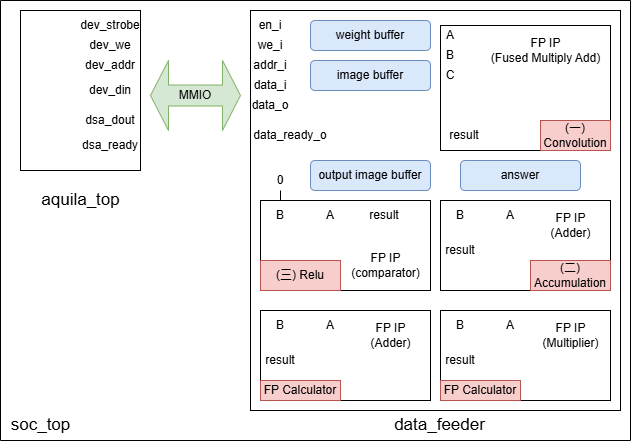
Earlier version of the draw.io export diagram.png (David810209/dsa). Source tidied: cells renumbered, new cells last; positions are measured from the earlier drawing's top-left corner, leaving out a move shared by most shapes.
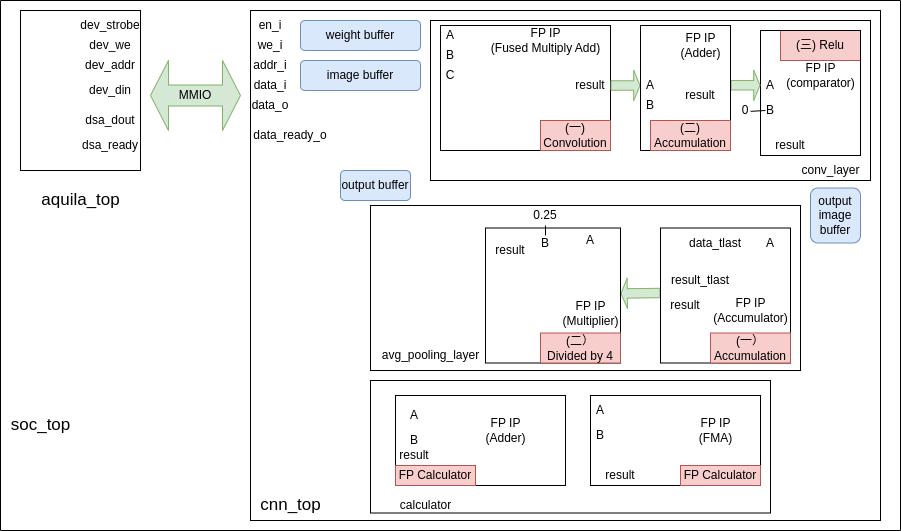
After the commit.

Diff of the diagram source:
```diff
@@ -3,7 +3,7 @@
     <mxCell id="0" />
     <mxCell id="1" parent="0" />
     <mxCell id="2" style="rounded=0;whiteSpace=wrap;html=1;" parent="1" vertex="1">
-      <mxGeometry x="250" y="10" width="370" height="400" as="geometry" />
+      <mxGeometry x="250" y="10" width="630" height="510" as="geometry" />
     </mxCell>
     <mxCell id="3" style="rounded=0;whiteSpace=wrap;html=1;" parent="1" vertex="1">
       <mxGeometry x="20" y="10" width="120" height="160" as="geometry" />
@@ -42,10 +42,10 @@
       <mxGeometry x="440" y="25" width="170" height="125" as="geometry" />
     </mxCell>
     <mxCell id="15" style="swimlane;startSize=0;" parent="1" vertex="1">
-      <mxGeometry width="630" height="440" as="geometry" />
+      <mxGeometry width="900" height="530" as="geometry" />
     </mxCell>
-    <mxCell id="16" value="&lt;font style=&quot;font-size: 17px;&quot;&gt;data_feeder&lt;/font&gt;" style="text;html=1;align=center;verticalAlign=middle;strokeColor=none;fillColor=none;" parent="15" vertex="1">
-      <mxGeometry x="384" y="410" width="110" height="30" as="geometry" />
+    <mxCell id="16" value="&lt;font style=&quot;font-size: 17px;&quot;&gt;cnn_top&lt;/font&gt;" style="text;html=1;align=center;verticalAlign=middle;strokeColor=none;fillColor=none;" parent="15" vertex="1">
+      <mxGeometry x="250" y="490" width="80" height="30" as="geometry" />
     </mxCell>
     <mxCell id="17" value="we_i" style="text;html=1;align=center;verticalAlign=middle;whiteSpace=wrap;rounded=0;" parent="15" vertex="1">
       <mxGeometry x="240" y="30" width="60" height="30" as="geometry" />
@@ -57,49 +57,40 @@
       <mxGeometry x="150" y="60" width="90" height="70" as="geometry" />
     </mxCell>
     <mxCell id="20" value="&lt;font&gt;FP IP&lt;/font&gt;&lt;div&gt;&lt;font&gt;(Fused Multiply Add)&lt;/font&gt;&lt;/div&gt;" style="text;html=1;align=center;verticalAlign=middle;strokeColor=none;fillColor=none;" parent="15" vertex="1">
-      <mxGeometry x="480" y="30" width="130" height="40" as="geometry" />
+      <mxGeometry x="480" y="20" width="130" height="40" as="geometry" />
     </mxCell>
     <mxCell id="21" value="A" style="text;html=1;align=center;verticalAlign=middle;whiteSpace=wrap;rounded=0;" parent="15" vertex="1">
       <mxGeometry x="420" y="20" width="60" height="30" as="geometry" />
     </mxCell>
     <mxCell id="22" value="result" style="text;html=1;align=center;verticalAlign=middle;whiteSpace=wrap;rounded=0;" parent="15" vertex="1">
-      <mxGeometry x="434" y="120" width="60" height="30" as="geometry" />
+      <mxGeometry x="570" y="70" width="40" height="30" as="geometry" />
     </mxCell>
     <mxCell id="23" value="weight buffer" style="rounded=1;whiteSpace=wrap;html=1;fillColor=#dae8fc;strokeColor=#6c8ebf;" parent="15" vertex="1">
-      <mxGeometry x="310" y="20" width="120" height="30" as="geometry" />
+      <mxGeometry x="300" y="20" width="120" height="30" as="geometry" />
     </mxCell>
-    <mxCell id="24" value="answer" style="rounded=1;whiteSpace=wrap;html=1;fillColor=#dae8fc;strokeColor=#6c8ebf;" parent="15" vertex="1">
-      <mxGeometry x="460" y="160" width="120" height="30" as="geometry" />
-    </mxCell>
     <mxCell id="25" value="B" style="text;html=1;align=center;verticalAlign=middle;whiteSpace=wrap;rounded=0;" parent="15" vertex="1">
       <mxGeometry x="420" y="40" width="60" height="30" as="geometry" />
     </mxCell>
-    <mxCell id="26" style="rounded=0;whiteSpace=wrap;html=1;" parent="15" vertex="1">
-      <mxGeometry x="260" y="200" width="170" height="90" as="geometry" />
-    </mxCell>
     <mxCell id="27" value="&lt;font&gt;FP IP&lt;/font&gt;&lt;div&gt;&lt;font&gt;(comparator)&lt;/font&gt;&lt;/div&gt;" style="text;html=1;align=center;verticalAlign=middle;strokeColor=none;fillColor=none;" parent="15" vertex="1">
-      <mxGeometry x="340" y="245" width="90" height="40" as="geometry" />
+      <mxGeometry x="775" y="55" width="90" height="40" as="geometry" />
     </mxCell>
     <mxCell id="28" value="A" style="text;html=1;align=center;verticalAlign=middle;whiteSpace=wrap;rounded=0;" parent="15" vertex="1">
-      <mxGeometry x="300" y="200" width="60" height="30" as="geometry" />
+      <mxGeometry x="760" y="70" width="20" height="30" as="geometry" />
     </mxCell>
     <mxCell id="29" value="B" style="text;html=1;align=center;verticalAlign=middle;whiteSpace=wrap;rounded=0;" parent="15" vertex="1">
-      <mxGeometry x="250" y="200" width="60" height="30" as="geometry" />
+      <mxGeometry x="765" y="105" width="10" height="10" as="geometry" />
     </mxCell>
     <mxCell id="30" value="result" style="text;html=1;align=center;verticalAlign=middle;whiteSpace=wrap;rounded=0;" parent="15" vertex="1">
-      <mxGeometry x="354" y="200" width="60" height="30" as="geometry" />
+      <mxGeometry x="760" y="130" width="60" height="30" as="geometry" />
     </mxCell>
     <mxCell id="31" value="0" style="text;html=1;align=center;verticalAlign=middle;whiteSpace=wrap;rounded=0;" parent="15" vertex="1">
-      <mxGeometry x="275" y="170" width="10" height="20" as="geometry" />
+      <mxGeometry x="740" y="100" width="10" height="20" as="geometry" />
     </mxCell>
-    <mxCell id="32" style="endArrow=none;html=1;rounded=0;exitX=0.5;exitY=0;exitDx=0;exitDy=0;entryX=0.5;entryY=1;entryDx=0;entryDy=0;" parent="15" edge="1" source="29" target="31">
-      <mxGeometry relative="1" as="geometry" />
-    </mxCell>
     <mxCell id="33" value="output image buffer" style="rounded=1;whiteSpace=wrap;html=1;fillColor=#dae8fc;strokeColor=#6c8ebf;" parent="15" vertex="1">
-      <mxGeometry x="310" y="160" width="120" height="30" as="geometry" />
+      <mxGeometry x="810" y="187.5" width="50" height="55" as="geometry" />
     </mxCell>
     <mxCell id="34" value="(三&lt;span style=&quot;background-color: initial;&quot;&gt;) Relu&lt;/span&gt;" style="text;html=1;align=center;verticalAlign=middle;whiteSpace=wrap;rounded=0;fillColor=#f8cecc;strokeColor=#b85450;" parent="15" vertex="1">
-      <mxGeometry x="260" y="260" width="80" height="30" as="geometry" />
+      <mxGeometry x="780" y="30" width="80" height="30" as="geometry" />
     </mxCell>
     <mxCell id="35" value="data_ready_o" style="text;html=1;align=center;verticalAlign=middle;whiteSpace=wrap;rounded=0;" parent="15" vertex="1">
       <mxGeometry x="260" y="120" width="60" height="30" as="geometry" />
@@ -110,65 +101,154 @@
     <mxCell id="37" value="C" style="text;html=1;align=center;verticalAlign=middle;whiteSpace=wrap;rounded=0;" parent="15" vertex="1">
       <mxGeometry x="420" y="60" width="60" height="30" as="geometry" />
     </mxCell>
+    <mxCell id="58" style="shape=flexArrow;endArrow=classic;html=1;rounded=0;width=9.444444444444445;endSize=1.7694444444444444;fillColor=#d5e8d4;strokeColor=#82b366;" parent="15" edge="1" source="22">
+      <mxGeometry relative="1" as="geometry">
+        <mxPoint x="640" y="85" as="targetPoint" />
+      </mxGeometry>
+    </mxCell>
+    <mxCell id="59" style="rounded=0;whiteSpace=wrap;html=1;fillColor=none;" parent="15" vertex="1">
+      <mxGeometry x="760" y="30" width="100" height="125" as="geometry" />
+    </mxCell>
+    <mxCell id="60" style="shape=flexArrow;endArrow=classic;html=1;rounded=0;width=9.444444444444445;endSize=1.7694444444444444;fillColor=#d5e8d4;strokeColor=#82b366;" parent="15" edge="1">
+      <mxGeometry relative="1" as="geometry">
+        <mxPoint x="730" y="84.8" as="sourcePoint" />
+        <mxPoint x="760" y="84.8" as="targetPoint" />
+      </mxGeometry>
+    </mxCell>
+    <mxCell id="61" style="endArrow=none;html=1;rounded=0;exitX=1.015;exitY=0.542;exitDx=0;exitDy=0;exitPerimeter=0;entryX=0;entryY=0.5;entryDx=0;entryDy=0;" parent="15" edge="1" source="31" target="29">
+      <mxGeometry relative="1" as="geometry" />
+    </mxCell>
+    <mxCell id="62" style="rounded=0;whiteSpace=wrap;html=1;fillColor=none;" parent="15" vertex="1">
+      <mxGeometry x="430" y="20" width="440" height="160" as="geometry" />
+    </mxCell>
+    <mxCell id="63" value="conv_layer" style="text;html=1;align=center;verticalAlign=middle;strokeColor=none;fillColor=none;" parent="15" vertex="1">
+      <mxGeometry x="790" y="155" width="80" height="30" as="geometry" />
+    </mxCell>
+    <mxCell id="64" value="0.25" style="text;html=1;align=center;verticalAlign=middle;whiteSpace=wrap;rounded=0;" parent="15" vertex="1">
+      <mxGeometry x="530" y="205" width="30" height="20" as="geometry" />
+    </mxCell>
+    <mxCell id="65" style="shape=flexArrow;endArrow=classic;html=1;rounded=0;width=9.444444444444445;endSize=1.7694444444444444;fillColor=#d5e8d4;strokeColor=#82b366;exitX=0;exitY=0.5;exitDx=0;exitDy=0;" parent="15" edge="1">
+      <mxGeometry relative="1" as="geometry">
+        <mxPoint x="660" y="292.5" as="sourcePoint" />
+        <mxPoint x="620" y="293" as="targetPoint" />
+      </mxGeometry>
+    </mxCell>
+    <mxCell id="66" style="rounded=0;whiteSpace=wrap;html=1;fillColor=none;" parent="15" vertex="1">
+      <mxGeometry x="370" y="380" width="400" height="132.5" as="geometry" />
+    </mxCell>
     <mxCell id="38" value="image buffer" style="rounded=1;whiteSpace=wrap;html=1;fillColor=#dae8fc;strokeColor=#6c8ebf;" parent="1" vertex="1">
-      <mxGeometry x="310" y="60" width="120" height="30" as="geometry" />
+      <mxGeometry x="300" y="60" width="120" height="30" as="geometry" />
     </mxCell>
     <mxCell id="39" style="rounded=0;whiteSpace=wrap;html=1;" parent="1" vertex="1">
-      <mxGeometry x="440" y="200" width="170" height="90" as="geometry" />
+      <mxGeometry x="640" y="25" width="90" height="125" as="geometry" />
     </mxCell>
     <mxCell id="40" value="&lt;font&gt;FP IP&lt;/font&gt;&lt;div&gt;&lt;font&gt;(Adder)&lt;/font&gt;&lt;/div&gt;" style="text;html=1;align=center;verticalAlign=middle;strokeColor=none;fillColor=none;" parent="1" vertex="1">
-      <mxGeometry x="540" y="205" width="60" height="40" as="geometry" />
+      <mxGeometry x="670" y="25" width="60" height="40" as="geometry" />
     </mxCell>
     <mxCell id="41" value="A" style="text;html=1;align=center;verticalAlign=middle;whiteSpace=wrap;rounded=0;" parent="1" vertex="1">
-      <mxGeometry x="480" y="200" width="60" height="30" as="geometry" />
+      <mxGeometry x="640" y="70" width="20" height="30" as="geometry" />
     </mxCell>
     <mxCell id="42" value="B" style="text;html=1;align=center;verticalAlign=middle;whiteSpace=wrap;rounded=0;" parent="1" vertex="1">
-      <mxGeometry x="430" y="200" width="60" height="30" as="geometry" />
+      <mxGeometry x="640" y="90" width="20" height="30" as="geometry" />
     </mxCell>
     <mxCell id="43" value="result" style="text;html=1;align=center;verticalAlign=middle;whiteSpace=wrap;rounded=0;" parent="1" vertex="1">
-      <mxGeometry x="430" y="235" width="60" height="30" as="geometry" />
+      <mxGeometry x="685" y="80" width="30" height="30" as="geometry" />
     </mxCell>
     <mxCell id="44" value="(一) Convolution" style="text;html=1;align=center;verticalAlign=middle;whiteSpace=wrap;rounded=0;fillColor=#f8cecc;strokeColor=#b85450;" parent="1" vertex="1">
       <mxGeometry x="540" y="120" width="70" height="30" as="geometry" />
     </mxCell>
     <mxCell id="45" value="(二) Accumulation" style="text;html=1;align=center;verticalAlign=middle;whiteSpace=wrap;rounded=0;fillColor=#f8cecc;strokeColor=#b85450;" parent="1" vertex="1">
-      <mxGeometry x="530" y="260" width="80" height="30" as="geometry" />
+      <mxGeometry x="650" y="120" width="80" height="30" as="geometry" />
     </mxCell>
     <mxCell id="46" style="rounded=0;whiteSpace=wrap;html=1;" parent="1" vertex="1">
-      <mxGeometry x="260" y="310" width="170" height="90" as="geometry" />
+      <mxGeometry x="395" y="395" width="170" height="90" as="geometry" />
     </mxCell>
     <mxCell id="47" value="&lt;font&gt;FP IP&lt;/font&gt;&lt;div&gt;&lt;font&gt;(Adder)&lt;/font&gt;&lt;/div&gt;" style="text;html=1;align=center;verticalAlign=middle;strokeColor=none;fillColor=none;" parent="1" vertex="1">
-      <mxGeometry x="360" y="315" width="60" height="40" as="geometry" />
+      <mxGeometry x="475" y="410" width="60" height="40" as="geometry" />
     </mxCell>
     <mxCell id="48" value="A" style="text;html=1;align=center;verticalAlign=middle;whiteSpace=wrap;rounded=0;" parent="1" vertex="1">
-      <mxGeometry x="300" y="310" width="60" height="30" as="geometry" />
+      <mxGeometry x="384" y="400" width="60" height="30" as="geometry" />
     </mxCell>
     <mxCell id="49" value="B" style="text;html=1;align=center;verticalAlign=middle;whiteSpace=wrap;rounded=0;" parent="1" vertex="1">
-      <mxGeometry x="250" y="310" width="60" height="30" as="geometry" />
+      <mxGeometry x="384" y="425" width="60" height="30" as="geometry" />
     </mxCell>
     <mxCell id="50" value="result" style="text;html=1;align=center;verticalAlign=middle;whiteSpace=wrap;rounded=0;" parent="1" vertex="1">
-      <mxGeometry x="250" y="345" width="60" height="30" as="geometry" />
+      <mxGeometry x="384" y="440" width="60" height="30" as="geometry" />
     </mxCell>
     <mxCell id="51" value="FP Calculator" style="text;html=1;align=center;verticalAlign=middle;whiteSpace=wrap;rounded=0;fillColor=#f8cecc;strokeColor=#b85450;" parent="1" vertex="1">
-      <mxGeometry x="260" y="380" width="80" height="20" as="geometry" />
+      <mxGeometry x="395" y="465" width="80" height="20" as="geometry" />
     </mxCell>
     <mxCell id="52" style="rounded=0;whiteSpace=wrap;html=1;" parent="1" vertex="1">
-      <mxGeometry x="440" y="310" width="170" height="90" as="geometry" />
+      <mxGeometry x="590" y="395" width="170" height="90" as="geometry" />
     </mxCell>
-    <mxCell id="53" value="&lt;font&gt;FP IP&lt;/font&gt;&lt;div&gt;&lt;font&gt;(Multiplier)&lt;/font&gt;&lt;/div&gt;" style="text;html=1;align=center;verticalAlign=middle;strokeColor=none;fillColor=none;" parent="1" vertex="1">
-      <mxGeometry x="530" y="315" width="80" height="40" as="geometry" />
+    <mxCell id="53" value="&lt;font&gt;FP IP&lt;/font&gt;&lt;div&gt;&lt;font&gt;(FMA)&lt;/font&gt;&lt;/div&gt;" style="text;html=1;align=center;verticalAlign=middle;strokeColor=none;fillColor=none;" parent="1" vertex="1">
+      <mxGeometry x="685" y="410" width="60" height="40" as="geometry" />
     </mxCell>
     <mxCell id="54" value="A" style="text;html=1;align=center;verticalAlign=middle;whiteSpace=wrap;rounded=0;" parent="1" vertex="1">
-      <mxGeometry x="480" y="310" width="60" height="30" as="geometry" />
+      <mxGeometry x="590" y="395" width="20" height="30" as="geometry" />
     </mxCell>
     <mxCell id="55" value="B" style="text;html=1;align=center;verticalAlign=middle;whiteSpace=wrap;rounded=0;" parent="1" vertex="1">
-      <mxGeometry x="430" y="310" width="60" height="30" as="geometry" />
+      <mxGeometry x="595" y="420" width="10" height="30" as="geometry" />
     </mxCell>
     <mxCell id="56" value="result" style="text;html=1;align=center;verticalAlign=middle;whiteSpace=wrap;rounded=0;" parent="1" vertex="1">
-      <mxGeometry x="430" y="345" width="60" height="30" as="geometry" />
+      <mxGeometry x="590" y="460" width="60" height="30" as="geometry" />
     </mxCell>
     <mxCell id="57" value="FP Calculator" style="text;html=1;align=center;verticalAlign=middle;whiteSpace=wrap;rounded=0;fillColor=#f8cecc;strokeColor=#b85450;" parent="1" vertex="1">
-      <mxGeometry x="440" y="380" width="80" height="20" as="geometry" />
+      <mxGeometry x="680" y="465" width="80" height="20" as="geometry" />
     </mxCell>
+    <mxCell id="67" style="rounded=0;whiteSpace=wrap;html=1;fillColor=none;" parent="1" vertex="1">
+      <mxGeometry x="660" y="227.5" width="130" height="135" as="geometry" />
+    </mxCell>
+    <mxCell id="68" value="(一）&lt;div&gt;&lt;span style=&quot;background-color: transparent; color: light-dark(rgb(0, 0, 0), rgb(255, 255, 255));&quot;&gt;Accumulation&lt;/span&gt;&lt;/div&gt;" style="text;html=1;align=center;verticalAlign=middle;whiteSpace=wrap;rounded=0;fillColor=#f8cecc;strokeColor=#b85450;" parent="1" vertex="1">
+      <mxGeometry x="710" y="332.5" width="80" height="30" as="geometry" />
+    </mxCell>
+    <mxCell id="69" value="&lt;font&gt;FP IP&lt;/font&gt;&lt;div&gt;&lt;font&gt;(Accumulator)&lt;/font&gt;&lt;/div&gt;" style="text;html=1;align=center;verticalAlign=middle;strokeColor=none;fillColor=none;" parent="1" vertex="1">
+      <mxGeometry x="700" y="290" width="100" height="40" as="geometry" />
+    </mxCell>
+    <mxCell id="70" value="A" style="text;html=1;align=center;verticalAlign=middle;whiteSpace=wrap;rounded=0;" parent="1" vertex="1">
+      <mxGeometry x="760" y="227.5" width="20" height="30" as="geometry" />
+    </mxCell>
+    <mxCell id="71" value="data_tlast" style="text;html=1;align=center;verticalAlign=middle;whiteSpace=wrap;rounded=0;" parent="1" vertex="1">
+      <mxGeometry x="685" y="227.5" width="60" height="30" as="geometry" />
+    </mxCell>
+    <mxCell id="72" value="result_tlast" style="text;html=1;align=center;verticalAlign=middle;whiteSpace=wrap;rounded=0;" parent="1" vertex="1">
+      <mxGeometry x="670" y="265" width="60" height="30" as="geometry" />
+    </mxCell>
+    <mxCell id="73" value="result" style="text;html=1;align=center;verticalAlign=middle;whiteSpace=wrap;rounded=0;" parent="1" vertex="1">
+      <mxGeometry x="670" y="290" width="30" height="30" as="geometry" />
+    </mxCell>
+    <mxCell id="74" style="rounded=0;whiteSpace=wrap;html=1;fillColor=none;" parent="1" vertex="1">
+      <mxGeometry x="485" y="227.5" width="135" height="135" as="geometry" />
+    </mxCell>
+    <mxCell id="75" value="(二）&lt;div&gt;Divided by 4&lt;/div&gt;" style="text;html=1;align=center;verticalAlign=middle;whiteSpace=wrap;rounded=0;fillColor=#f8cecc;strokeColor=#b85450;" parent="1" vertex="1">
+      <mxGeometry x="540" y="332.5" width="80" height="30" as="geometry" />
+    </mxCell>
+    <mxCell id="76" value="&lt;font&gt;FP IP&lt;/font&gt;&lt;div&gt;&lt;font&gt;(Multiplier)&lt;/font&gt;&lt;/div&gt;" style="text;html=1;align=center;verticalAlign=middle;strokeColor=none;fillColor=none;" parent="1" vertex="1">
+      <mxGeometry x="550" y="292.5" width="80" height="40" as="geometry" />
+    </mxCell>
+    <mxCell id="77" value="A" style="text;html=1;align=center;verticalAlign=middle;whiteSpace=wrap;rounded=0;" parent="1" vertex="1">
+      <mxGeometry x="580" y="225" width="20" height="30" as="geometry" />
+    </mxCell>
+    <mxCell id="78" value="B" style="text;html=1;align=center;verticalAlign=middle;whiteSpace=wrap;rounded=0;" parent="1" vertex="1">
+      <mxGeometry x="540" y="235" width="10" height="15" as="geometry" />
+    </mxCell>
+    <mxCell id="79" style="endArrow=none;html=1;rounded=0;exitX=0.5;exitY=0;exitDx=0;exitDy=0;entryX=0.5;entryY=1;entryDx=0;entryDy=0;" parent="1" edge="1" source="78" target="64">
+      <mxGeometry relative="1" as="geometry" />
+    </mxCell>
+    <mxCell id="80" value="result" style="text;html=1;align=center;verticalAlign=middle;whiteSpace=wrap;rounded=0;" parent="1" vertex="1">
+      <mxGeometry x="495" y="235" width="30" height="30" as="geometry" />
+    </mxCell>
+    <mxCell id="81" value="output buffer" style="rounded=1;whiteSpace=wrap;html=1;fillColor=#dae8fc;strokeColor=#6c8ebf;" parent="1" vertex="1">
+      <mxGeometry x="340" y="170" width="70" height="30" as="geometry" />
+    </mxCell>
+    <mxCell id="82" style="rounded=0;whiteSpace=wrap;html=1;fillColor=none;" parent="1" vertex="1">
+      <mxGeometry x="370" y="205" width="430" height="165" as="geometry" />
+    </mxCell>
+    <mxCell id="83" value="avg_pooling_layer" style="text;html=1;align=center;verticalAlign=middle;strokeColor=none;fillColor=none;" parent="1" vertex="1">
+      <mxGeometry x="370" y="340" width="120" height="30" as="geometry" />
+    </mxCell>
+    <mxCell id="84" value="calculator" style="text;html=1;align=center;verticalAlign=middle;strokeColor=none;fillColor=none;" parent="1" vertex="1">
+      <mxGeometry x="390" y="490" width="70" height="30" as="geometry" />
+    </mxCell>
   </root>
 </mxGraphModel>
```
